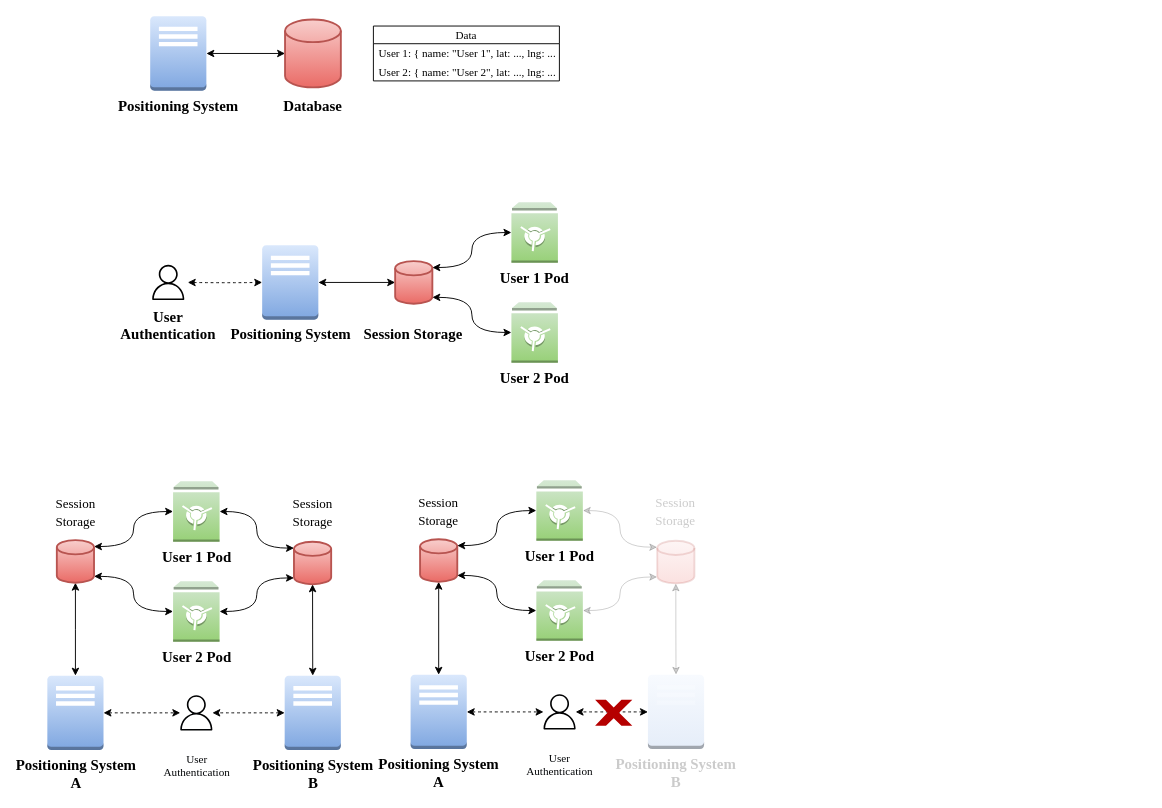
Earlier version of the draw.io diagram page "Page-2" (1 of 8) of docs/media/images/solid.drawio (OpenHPS/openhps-solid). Source tidied: cells renumbered, new cells numbered last; positions are measured from the earlier drawing's top-left corner, leaving out a move shared by most shapes. Both pictures are drawn from the tidied source at 93%, with x=0, y=0 at pixel (46, 16).
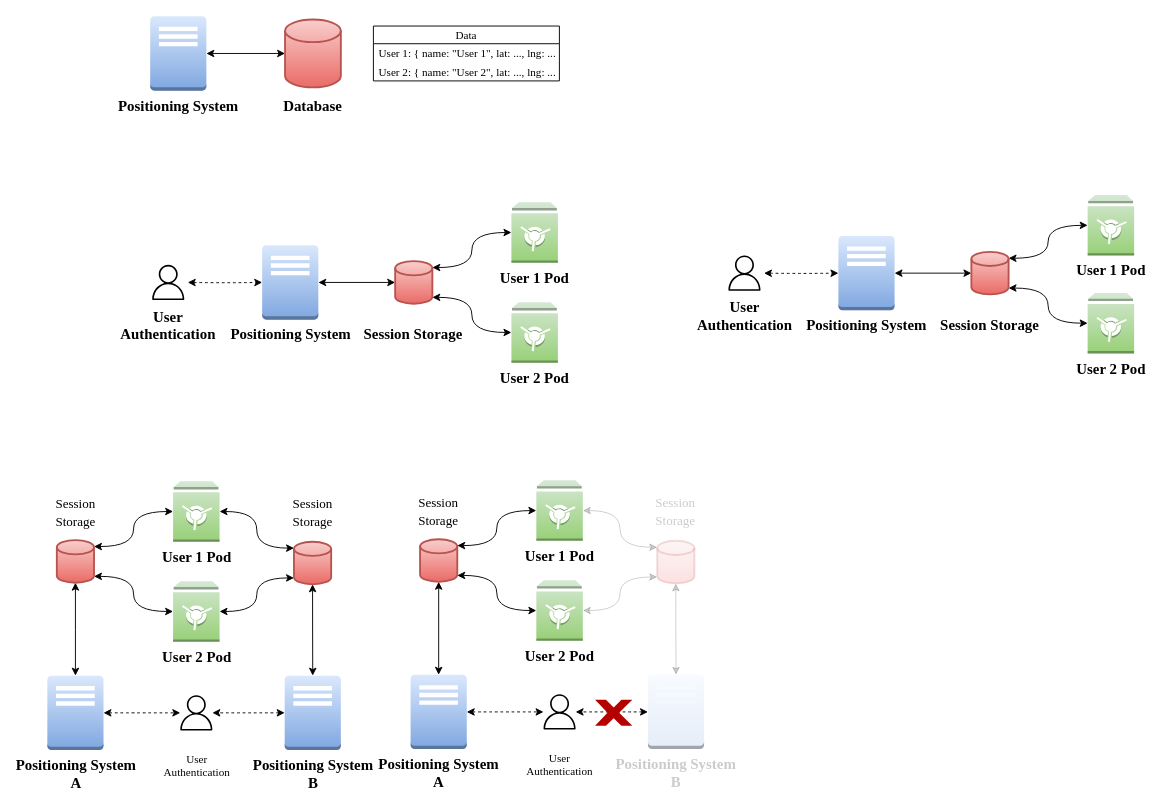
After the change.

What changed in the source:
```diff
@@
+    <mxCell id="55" style="edgeStyle=orthogonalEdgeStyle;rounded=0;jettySize=auto;html=1;entryX=0;entryY=0.5;entryDx=0;entryDy=0;entryPerimeter=0;fontFamily=Garamond;fontSize=16;startArrow=classic;startFill=1;" parent="1" edge="1" source="56" target="61">
+      <mxGeometry relative="1" as="geometry" />
+    </mxCell>
+    <mxCell id="56" value="&lt;b&gt;Positioning System&lt;/b&gt;" style="outlineConnect=0;dashed=0;verticalLabelPosition=bottom;verticalAlign=top;align=center;html=1;shape=mxgraph.aws3.traditional_server;fillColor=#dae8fc;gradientColor=#7ea6e0;fontFamily=Garamond;fontSize=16;strokeColor=#6c8ebf;" parent="1" vertex="1">
+      <mxGeometry x="851" y="236.2" width="60.4" height="80" as="geometry" />
+    </mxCell>
+    <mxCell id="57" value="&lt;font face=&quot;Garamond&quot; size=&quot;1&quot;&gt;&lt;b style=&quot;font-size: 16px&quot;&gt;User 2 Pod&lt;/b&gt;&lt;/font&gt;" style="outlineConnect=0;dashed=0;verticalLabelPosition=bottom;verticalAlign=top;align=center;html=1;shape=mxgraph.aws3.vault;fillColor=#d5e8d4;strokeColor=#82b366;gradientColor=#97d077;" parent="1" vertex="1">
+      <mxGeometry x="1119" y="297.5" width="50" height="65" as="geometry" />
+    </mxCell>
+    <mxCell id="58" value="&lt;font face=&quot;Garamond&quot; size=&quot;1&quot;&gt;&lt;b style=&quot;font-size: 16px&quot;&gt;User 1 Pod&lt;/b&gt;&lt;/font&gt;" style="outlineConnect=0;dashed=0;verticalLabelPosition=bottom;verticalAlign=top;align=center;html=1;shape=mxgraph.aws3.vault;fillColor=#d5e8d4;strokeColor=#82b366;gradientColor=#97d077;" parent="1" vertex="1">
+      <mxGeometry x="1119" y="192.3" width="50" height="65" as="geometry" />
+    </mxCell>
+    <mxCell id="59" style="edgeStyle=orthogonalEdgeStyle;rounded=0;jettySize=auto;html=1;exitX=1;exitY=0.15;exitDx=0;exitDy=0;exitPerimeter=0;entryX=0;entryY=0.5;entryDx=0;entryDy=0;entryPerimeter=0;fontFamily=Garamond;fontSize=16;startArrow=classic;startFill=1;curved=1;" parent="1" edge="1" source="61" target="58">
+      <mxGeometry relative="1" as="geometry" />
+    </mxCell>
+    <mxCell id="60" style="edgeStyle=orthogonalEdgeStyle;rounded=0;jettySize=auto;html=1;exitX=1;exitY=0.85;exitDx=0;exitDy=0;exitPerimeter=0;entryX=0;entryY=0.5;entryDx=0;entryDy=0;entryPerimeter=0;fontFamily=Garamond;fontSize=16;startArrow=classic;startFill=1;curved=1;" parent="1" edge="1" source="61" target="57">
+      <mxGeometry relative="1" as="geometry" />
+    </mxCell>
+    <mxCell id="61" style="strokeWidth=2;html=1;shape=mxgraph.flowchart.database;whiteSpace=wrap;fontFamily=Garamond;fontSize=16;fillColor=#f8cecc;gradientColor=#ea6b66;strokeColor=#b85450;" parent="1" vertex="1">
+      <mxGeometry x="994" y="253.3" width="40" height="45.8" as="geometry" />
+    </mxCell>
+    <mxCell id="62" value="Session Storage" style="text;html=1;strokeColor=none;fillColor=none;align=center;verticalAlign=middle;whiteSpace=wrap;rounded=0;fontFamily=Garamond;fontSize=16;fontStyle=1;" parent="1" vertex="1">
+      <mxGeometry x="959" y="322.2" width="110" height="18.8" as="geometry" />
+    </mxCell>
+    <mxCell id="63" style="edgeStyle=orthogonalEdgeStyle;curved=1;rounded=0;jettySize=auto;html=1;entryX=0;entryY=0.5;entryDx=0;entryDy=0;entryPerimeter=0;fontFamily=Garamond;fontSize=12;startArrow=classic;startFill=1;dashed=1;" parent="1" edge="1" target="56">
+      <mxGeometry relative="1" as="geometry">
+        <mxPoint x="771" y="276.2" as="sourcePoint" />
+      </mxGeometry>
+    </mxCell>
+    <mxCell id="64" value="User&lt;br style=&quot;font-size: 16px;&quot;&gt;Authentication" style="sketch=0;fontColor=#000000;gradientColor=none;fillColor=#000000;strokeColor=none;dashed=0;verticalLabelPosition=bottom;verticalAlign=top;align=center;html=1;fontSize=16;fontStyle=1;shape=mxgraph.aws4.user;fontFamily=Garamond;spacingBottom=0;spacingTop=2;" parent="1" vertex="1">
+      <mxGeometry x="731" y="257.2" width="38" height="38" as="geometry" />
+    </mxCell>
```
